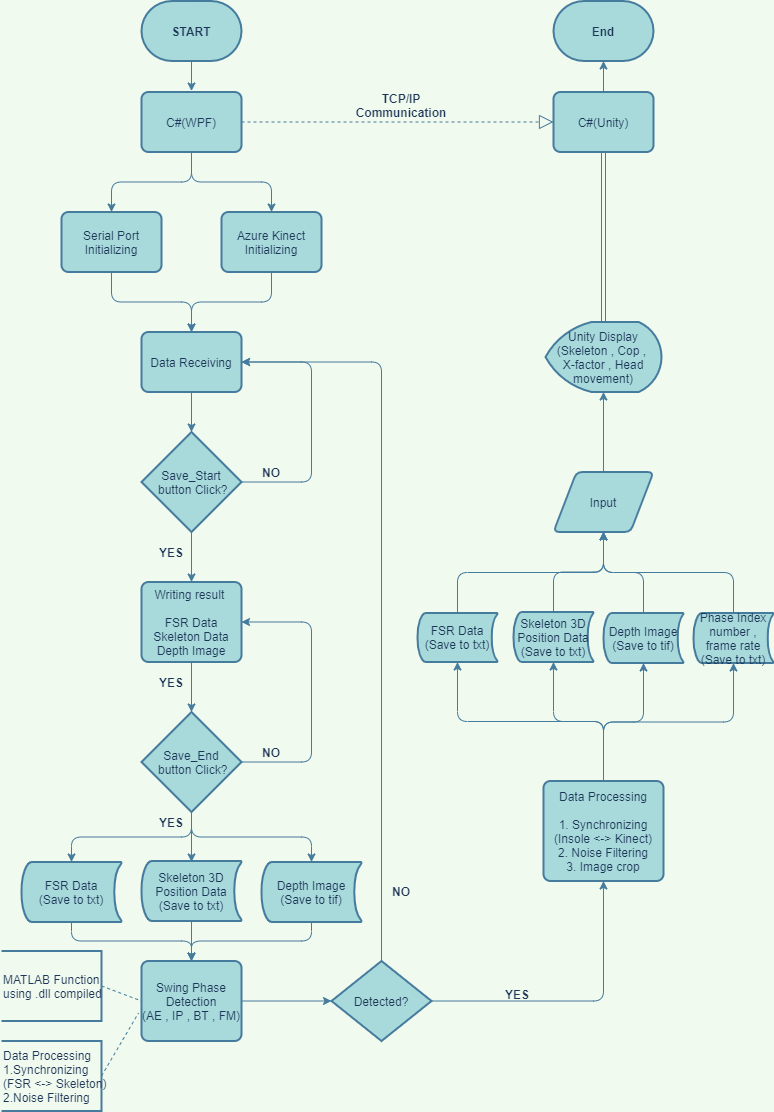
Above: Flowchart.png in Baek-jongwon/Golf-Swing-Analysis (draw.io), before the change. Source tidied: cells renumbered, new cells last; positions are measured from the earlier drawing's top-left corner, leaving out a move shared by most shapes.
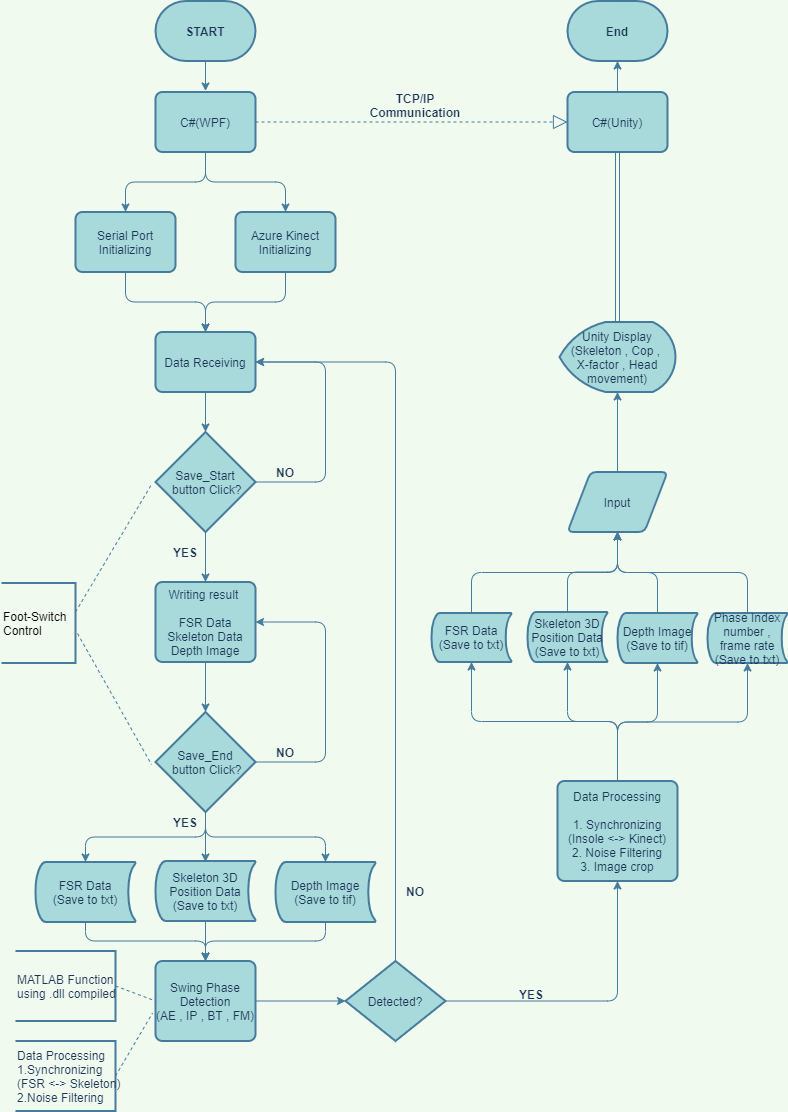
After the commit.

Change to the diagram source:
```diff
@@ -100,9 +100,6 @@
     <mxCell id="27" value="NO" style="text;strokeColor=none;fillColor=none;align=center;verticalAlign=middle;whiteSpace=wrap;rounded=0;sketch=0;fontColor=#1D3557;fontStyle=1;spacing=2;" parent="1" vertex="1">
       <mxGeometry x="250" y="741.5" width="40" height="20" as="geometry" />
     </mxCell>
-    <mxCell id="28" value="YES" style="text;strokeColor=none;fillColor=none;align=center;verticalAlign=middle;whiteSpace=wrap;rounded=0;sketch=0;fontColor=#1D3557;fontStyle=1;spacing=2;" parent="1" vertex="1">
-      <mxGeometry x="150" y="671.5" width="40" height="20" as="geometry" />
-    </mxCell>
     <mxCell id="29" style="edgeStyle=orthogonalEdgeStyle;curved=0;rounded=1;sketch=0;jettySize=auto;html=0;exitX=0.5;exitY=0;exitDx=0;exitDy=0;entryX=0.5;entryY=1;entryDx=0;entryDy=0;entryPerimeter=0;strokeColor=#457B9D;fillColor=#A8DADC;fontColor=#1D3557;" parent="1" edge="1" source="30" target="66">
       <mxGeometry relative="1" as="geometry" />
     </mxCell>
@@ -234,5 +231,19 @@
     <mxCell id="66" value="End" style="strokeWidth=2;shape=mxgraph.flowchart.terminator;whiteSpace=wrap;fillColor=#A8DADC;strokeColor=#457B9D;fontColor=#1D3557;spacing=2;fontStyle=1;" parent="1" vertex="1">
       <mxGeometry x="552" y="0.5" width="100" height="60" as="geometry" />
     </mxCell>
+    <mxCell id="67" value="Foot-Switch&lt;br&gt;Control" style="strokeWidth=2;html=1;shape=mxgraph.flowchart.annotation_1;align=left;direction=west;strokeColor=#457B9D;" parent="1" vertex="1">
+      <mxGeometry x="-14" y="582.5" width="74" height="80" as="geometry" />
+    </mxCell>
+    <mxCell id="68" style="endArrow=none;dashed=1;html=1;strokeColor=#457B9D;" parent="1" edge="1">
+      <mxGeometry relative="1" as="geometry">
+        <mxPoint x="60" y="611.5" as="sourcePoint" />
+        <mxPoint x="136" y="484" as="targetPoint" />
+      </mxGeometry>
+    </mxCell>
+    <mxCell id="69" style="endArrow=none;dashed=1;html=1;strokeColor=#457B9D;exitX=-0.027;exitY=0.369;exitDx=0;exitDy=0;exitPerimeter=0;" parent="1" edge="1" source="67">
+      <mxGeometry relative="1" as="geometry">
+        <mxPoint x="136" y="764" as="targetPoint" />
+      </mxGeometry>
+    </mxCell>
   </root>
 </mxGraphModel>
```
